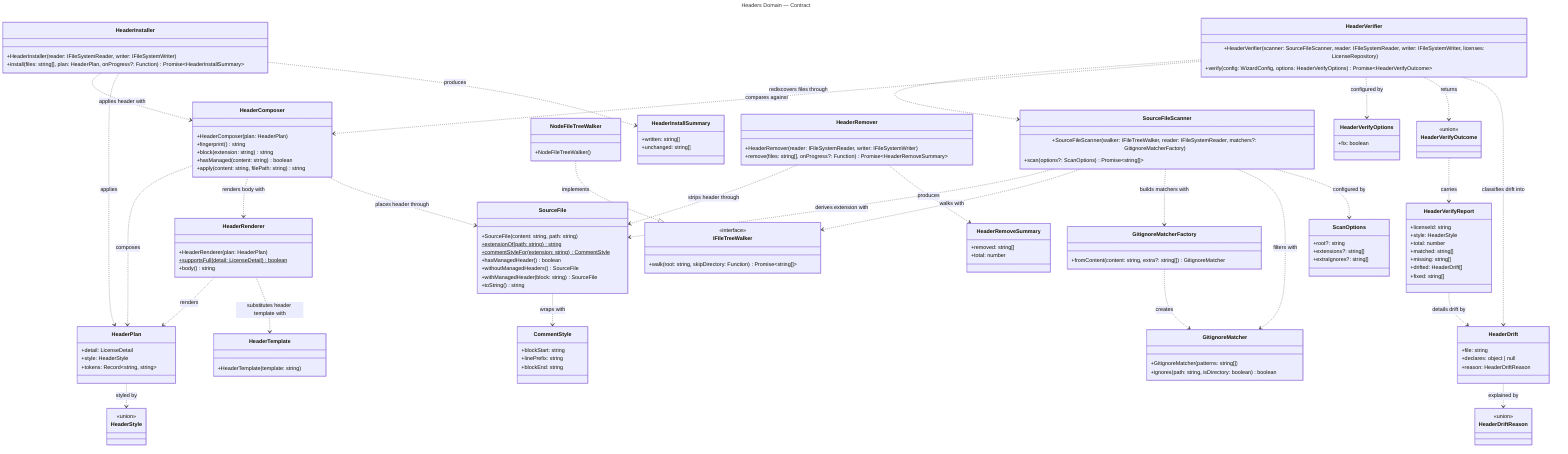
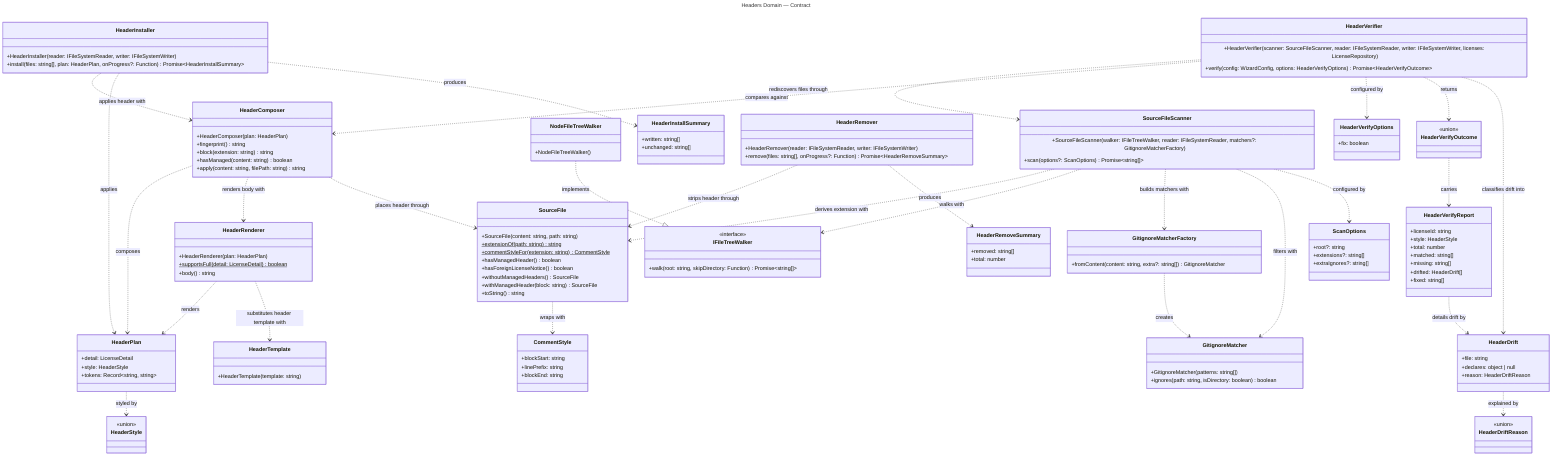
---
title: Headers Domain — Contract
---
classDiagram
  direction TB

  %% Domain: Headers (src/headers)
  %% Focused per-domain view extracted from ../class-diagram.mmd.
  %% Shows ONLY Headers-domain classes and their intra-domain relationships.
  %% Cross-domain relationships (HeaderTemplate extends Licensing's SpdxTemplate;
  %% HeaderPlan carries a LicenseDetail; installer/remover/verifier/scanner use
  %% Configuration's file-system interfaces; HeaderVerifier fetches through the
  %% LicenseRepository and verifies against WizardConfig) are intentionally
  %% omitted — see ../class-diagram.mmd for the full picture.

  class HeaderPlan {
    +detail: LicenseDetail
    +style: HeaderStyle
    +tokens: Record~string, string~
  }

  class HeaderStyle {
    <<union>>
  }

  class HeaderRenderer {
    +HeaderRenderer(plan: HeaderPlan)
    +supportsFull(detail: LicenseDetail)$ boolean
    +body() string
  }

  class HeaderTemplate {
    +HeaderTemplate(template: string)
  }

  class HeaderComposer {
    +HeaderComposer(plan: HeaderPlan)
    +fingerprint() string
    +block(extension: string) string
    +hasManaged(content: string) boolean
    +apply(content: string, filePath: string) string
  }

  class SourceFileScanner {
    +SourceFileScanner(walker: IFileTreeWalker, reader: IFileSystemReader, matchers?: GitignoreMatcherFactory)
    +scan(options?: ScanOptions) Promise~string[]~
  }

  class ScanOptions {
    +root?: string
    +extensions?: string[]
    +extraIgnores?: string[]
  }

  class GitignoreMatcher {
    +GitignoreMatcher(patterns: string[])
    +ignores(path: string, isDirectory: boolean) boolean
  }

  class GitignoreMatcherFactory {
    +fromContent(content: string, extra?: string[]) GitignoreMatcher
  }

  class IFileTreeWalker {
    <<interface>>
    +walk(root: string, skipDirectory: Function) Promise~string[]~
  }

  class NodeFileTreeWalker {
    +NodeFileTreeWalker()
  }

  class HeaderInstaller {
    +HeaderInstaller(reader: IFileSystemReader, writer: IFileSystemWriter)
    +install(files: string[], plan: HeaderPlan, onProgress?: Function) Promise~HeaderInstallSummary~
  }

  class HeaderInstallSummary {
    +written: string[]
    +unchanged: string[]
  }

  class SourceFile {
    +SourceFile(content: string, path: string)
    +extensionOf(path: string)$ string
    +commentStyleFor(extension: string)$ CommentStyle
    +hasManagedHeader() boolean
+     +hasForeignLicenseNotice() boolean
    +withoutManagedHeaders() SourceFile
    +withManagedHeader(block: string) SourceFile
    +toString() string
  }

  class CommentStyle {
    +blockStart: string
    +linePrefix: string
    +blockEnd: string
  }

  class HeaderRemover {
    +HeaderRemover(reader: IFileSystemReader, writer: IFileSystemWriter)
    +remove(files: string[], onProgress?: Function) Promise~HeaderRemoveSummary~
  }

  class HeaderRemoveSummary {
    +removed: string[]
    +total: number
  }

  class HeaderVerifier {
    +HeaderVerifier(scanner: SourceFileScanner, reader: IFileSystemReader, writer: IFileSystemWriter, licenses: LicenseRepository)
    +verify(config: WizardConfig, options: HeaderVerifyOptions) Promise~HeaderVerifyOutcome~
  }

  class HeaderVerifyOptions {
    +fix: boolean
  }

  class HeaderVerifyOutcome {
    <<union>>
  }

  class HeaderVerifyReport {
    +licenseId: string
    +style: HeaderStyle
    +total: number
    +matched: string[]
    +missing: string[]
    +drifted: HeaderDrift[]
    +fixed: string[]
  }

  class HeaderDrift {
    +file: string
    +declares: object | null
    +reason: HeaderDriftReason
  }

  class HeaderDriftReason {
    <<union>>
  }

  HeaderPlan ..> HeaderStyle : styled by
  HeaderRenderer ..> HeaderPlan : renders
  HeaderRenderer ..> HeaderTemplate : substitutes header template with
  HeaderComposer ..> HeaderPlan : composes
  HeaderComposer ..> HeaderRenderer : renders body with
  HeaderComposer ..> SourceFile : places header through
  HeaderInstaller ..> HeaderComposer : applies header with
  HeaderInstaller ..> HeaderPlan : applies
  HeaderInstaller ..> HeaderInstallSummary : produces
  HeaderRemover ..> SourceFile : strips header through
  HeaderRemover ..> HeaderRemoveSummary : produces
  SourceFile ..> CommentStyle : wraps with
  SourceFileScanner ..> SourceFile : derives extension with
  SourceFileScanner ..> IFileTreeWalker : walks with
  SourceFileScanner ..> GitignoreMatcherFactory : builds matchers with
  SourceFileScanner ..> GitignoreMatcher : filters with
  SourceFileScanner ..> ScanOptions : configured by
  GitignoreMatcherFactory ..> GitignoreMatcher : creates
  NodeFileTreeWalker ..|> IFileTreeWalker : implements
  HeaderVerifier ..> SourceFileScanner : rediscovers files through
  HeaderVerifier ..> HeaderComposer : compares against
  HeaderVerifier ..> HeaderVerifyOptions : configured by
  HeaderVerifier ..> HeaderVerifyOutcome : returns
  HeaderVerifier ..> HeaderDrift : classifies drift into
  HeaderVerifyOutcome ..> HeaderVerifyReport : carries
  HeaderVerifyReport ..> HeaderDrift : details drift by
  HeaderDrift ..> HeaderDriftReason : explained by
